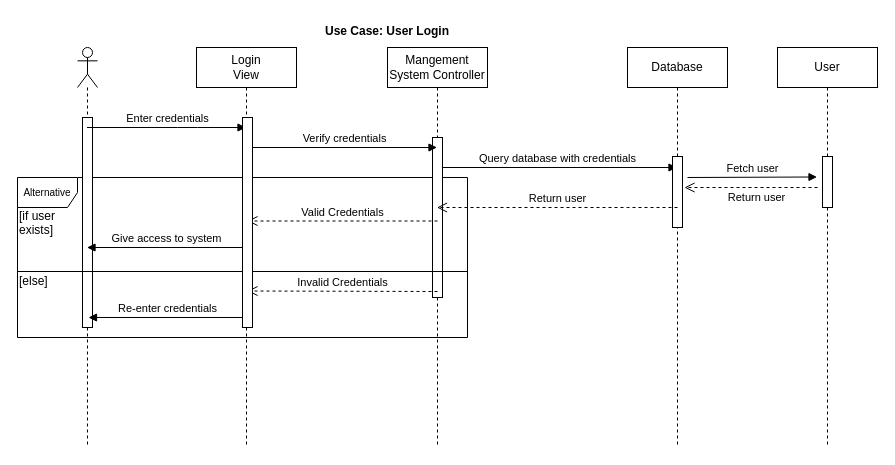
Above: page "Login" (1 of 4) of SequenceDiagrams.drawio in ryan-holt/ENSF480FinalProject (draw.io), before the change. Source tidied: cells renumbered, new cells numbered last; positions are measured from the earlier drawing's top-left corner, leaving out a move shared by most shapes. Both pictures are drawn from the tidied source at 100%, with x=0, y=0 at pixel (17, 17).
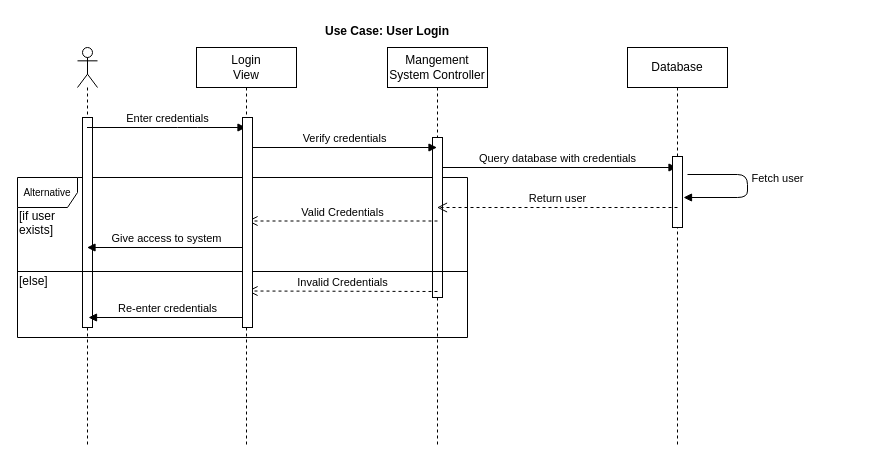
After the change.

Commit message (it also covers changes not shown here):
added some sequence diagrams

The edit, as a diff of the source:
```diff
@@
-    <mxCell id="23" value="User" style="shape=umlLifeline;perimeter=lifelinePerimeter;whiteSpace=wrap;html=1;" parent="1" vertex="1">
-      <mxGeometry x="760" y="30" width="100" height="400" as="geometry" />
-    </mxCell>
-    <mxCell id="24" style="html=1;perimeter=orthogonalPerimeter;" parent="23" vertex="1">
-      <mxGeometry x="45" y="109" width="10" height="51" as="geometry" />
-    </mxCell>
     <mxCell id="25" value="Fetch user" style="html=1;verticalAlign=bottom;endArrow=block;" parent="1" edge="1">
-      <mxGeometry relative="1" as="geometry">
-        <mxPoint x="670" y="160" as="sourcePoint" />
-        <mxPoint x="799.5" y="159.5" as="targetPoint" />
+      <mxGeometry x="0.13" y="-32" relative="1" as="geometry">
+        <mxPoint x="670" y="157" as="sourcePoint" />
+        <mxPoint x="666" y="180" as="targetPoint" />
+        <Array as="points">
+          <mxPoint x="730" y="157" />
+          <mxPoint x="730" y="180" />
+        </Array>
+        <mxPoint x="30" y="22" as="offset" />
       </mxGeometry>
     </mxCell>
-    <mxCell id="26" value="Return user" style="html=1;verticalAlign=bottom;endArrow=open;dashed=1;endSize=8;" parent="1" edge="1">
-      <mxGeometry x="-0.09" y="19" relative="1" as="geometry">
-        <mxPoint x="800" y="170" as="sourcePoint" />
-        <mxPoint x="667" y="170" as="targetPoint" />
-      </mxGeometry>
-    </mxCell>
```
